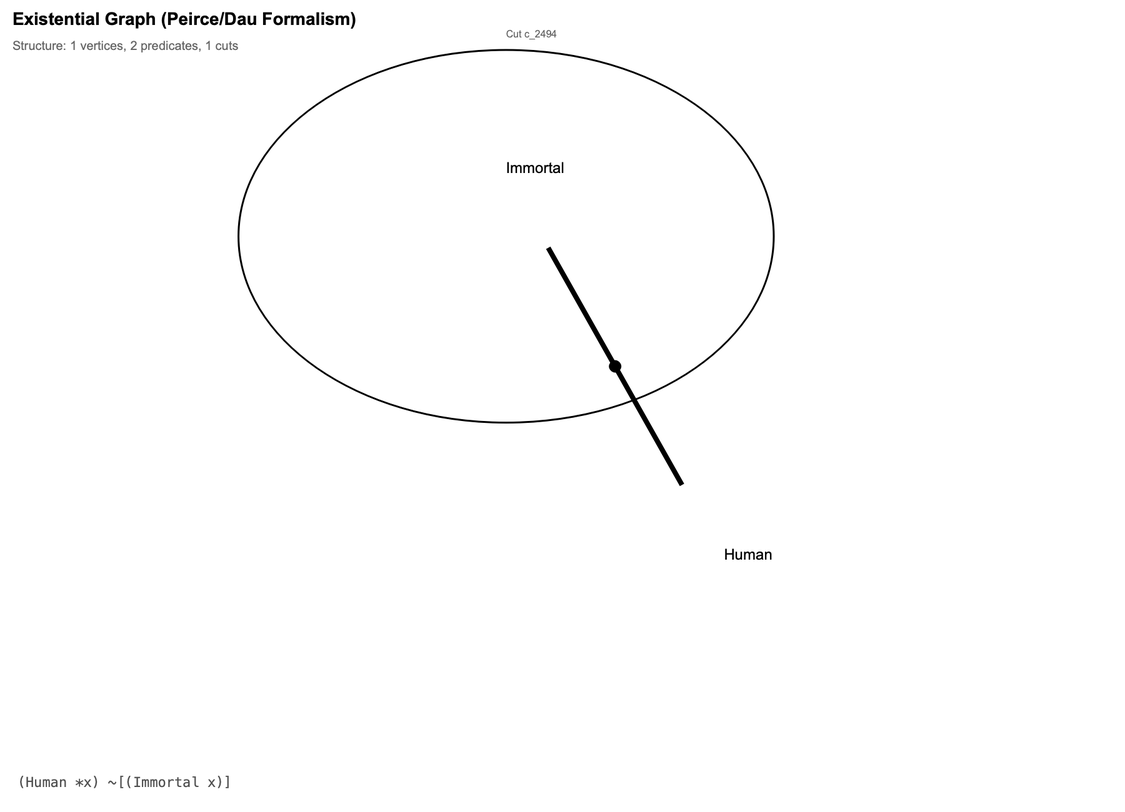
Earlier version of the Graphviz export reports/sanity_egif_dot/across_cut.png (mijahauan/Arisbe). Its source is kept beside it as reports/sanity_egif_dot/across_cut.dot. Its diagram source:
```dot
graph EG {
    graph [clusterrank=local, compound=true, newrank=true, rankdir=TB,
           overlap=false, splines=true, concentrate=false];

    node [shape=circle, width=0.4, height=0.4, fixedsize=true,
          fontsize=10, margin=0.2];
    edge [arrowhead=none, len=3.5, minlen=2.5, weight=1.0];

    nodesep=1.2;        // Compact node separation
    ranksep=1.0;        // Compact rank separation
    margin=1.5;         // Keep graph margin modest
    pad="1.5,1.5";      // Keep padding modest
    sep="+8";           // Compact minimum separation


  node [shape=circle, style=filled, fillcolor=lightblue, fontsize=10];
  edge [fontsize=9, labeldistance=1.5, labelangle=0];

  subgraph cluster_c_2494ccef {
    label="Cut c_2494cc";
    style=rounded;
    color=black;
    penwidth=1.5;
    margin=16.00;  // Padding around cut contents
    labelloc=top;
    fontsize=8;
    clusterrank=local;  // Layout this cluster separately

    e_4f597125 [label="Immortal", shape=box, fillcolor=lightyellow, width=2.10, height=0.60, fixedsize=true];
  }

  v_7e423bbb -- e_356454e9 [style=bold, penwidth=2];
  v_7e423bbb -- e_4f597125 [style=bold, penwidth=2, lhead=cluster_c_2494ccef];

}
```
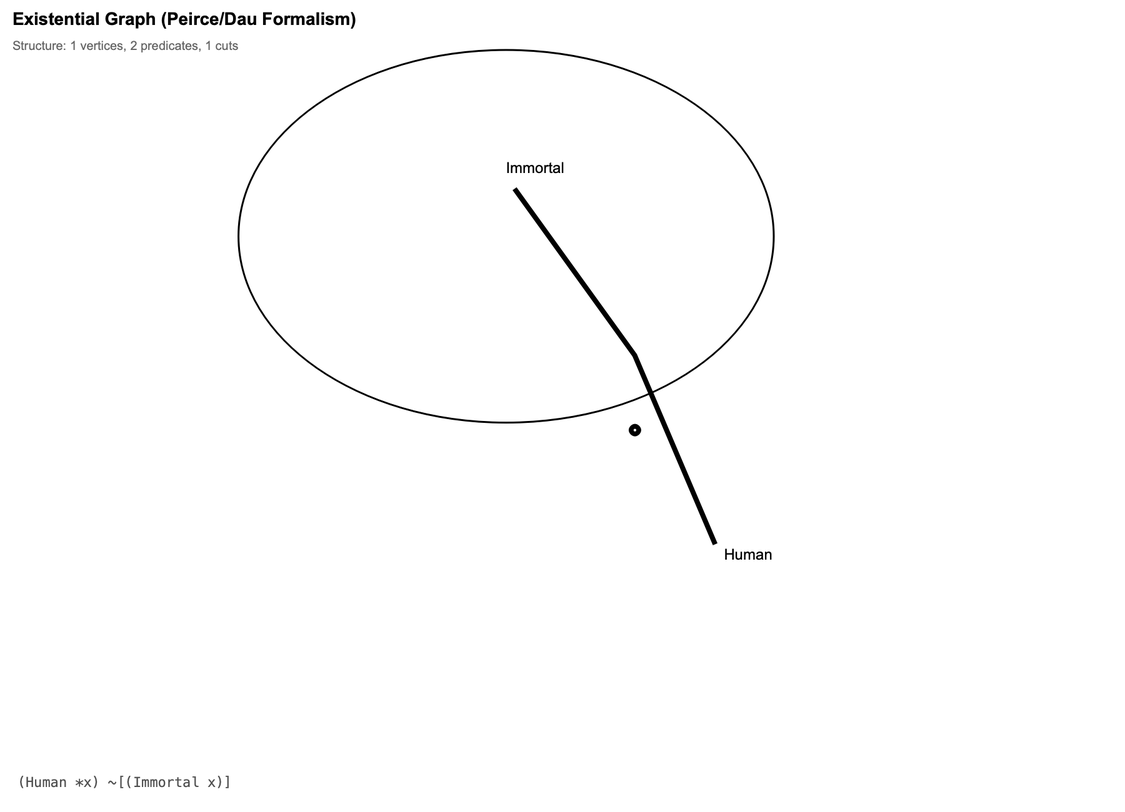
Above is the later version.

What changed in the source:
```diff
@@ -16,8 +16,8 @@
   node [shape=circle, style=filled, fillcolor=lightblue, fontsize=10];
   edge [fontsize=9, labeldistance=1.5, labelangle=0];
 
-  subgraph cluster_c_2494ccef {
-    label="Cut c_2494cc";
+  subgraph cluster_c_f3262331 {
+    label="Cut c_f32623";
     style=rounded;
     color=black;
     penwidth=1.5;
@@ -26,10 +26,10 @@
     fontsize=8;
     clusterrank=local;  // Layout this cluster separately
 
-    e_4f597125 [label="Immortal", shape=box, fillcolor=lightyellow, width=2.10, height=0.60, fixedsize=true];
+    e_b92cd28e [label="Immortal", shape=box, fillcolor=lightyellow, width=2.10, height=0.60, fixedsize=true];
   }
 
-  v_7e423bbb -- e_356454e9 [style=bold, penwidth=2];
-  v_7e423bbb -- e_4f597125 [style=bold, penwidth=2, lhead=cluster_c_2494ccef];
+  v_a3afe6c1 -- e_59020a16 [style=bold, penwidth=2];
+  v_a3afe6c1 -- e_b92cd28e [style=bold, penwidth=2, lhead=cluster_c_f3262331];
 
 }
```
